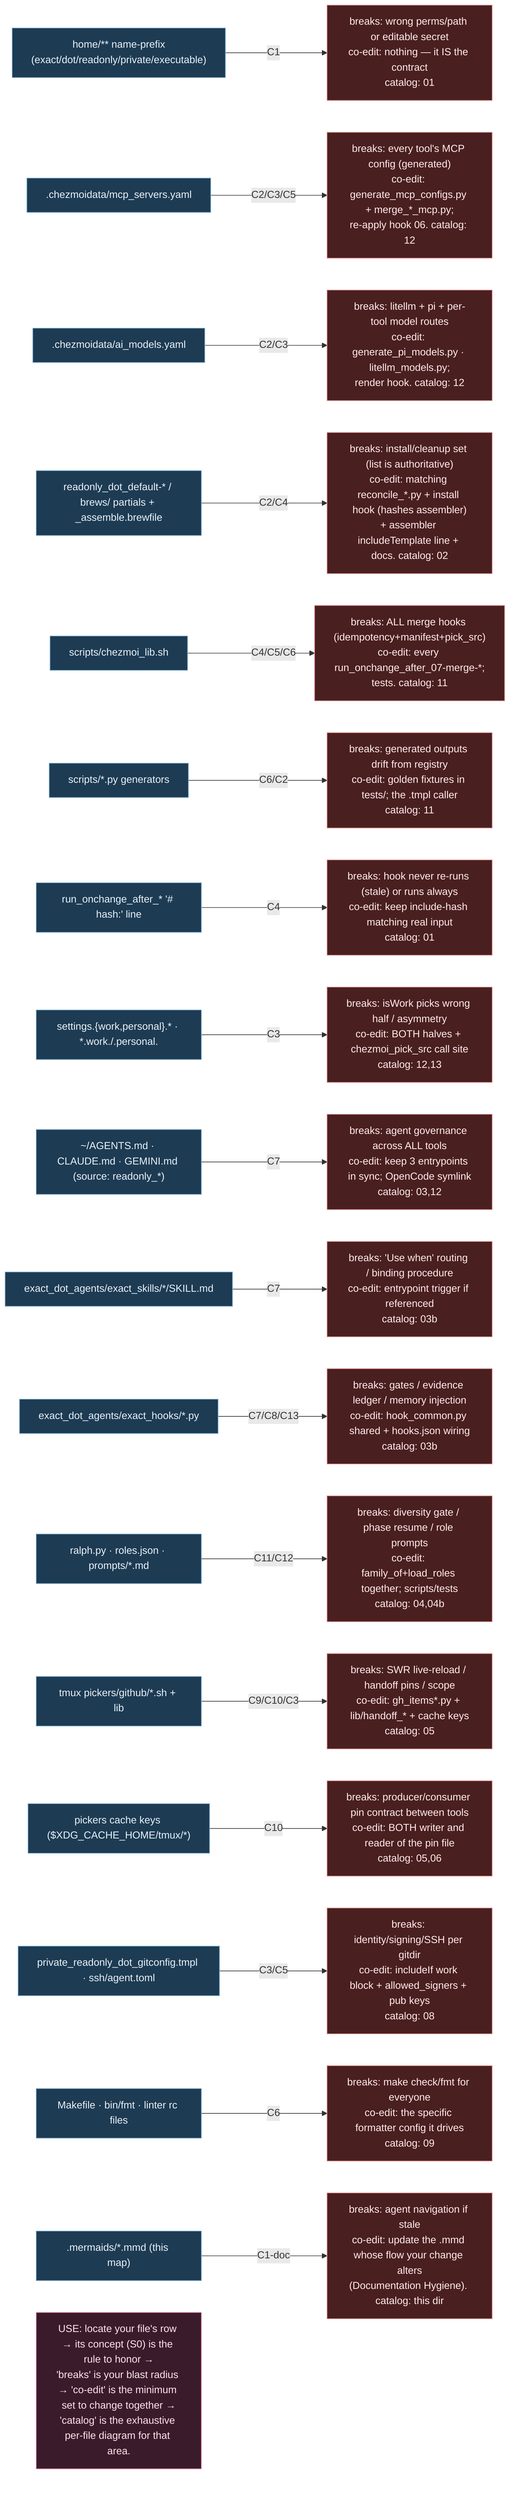
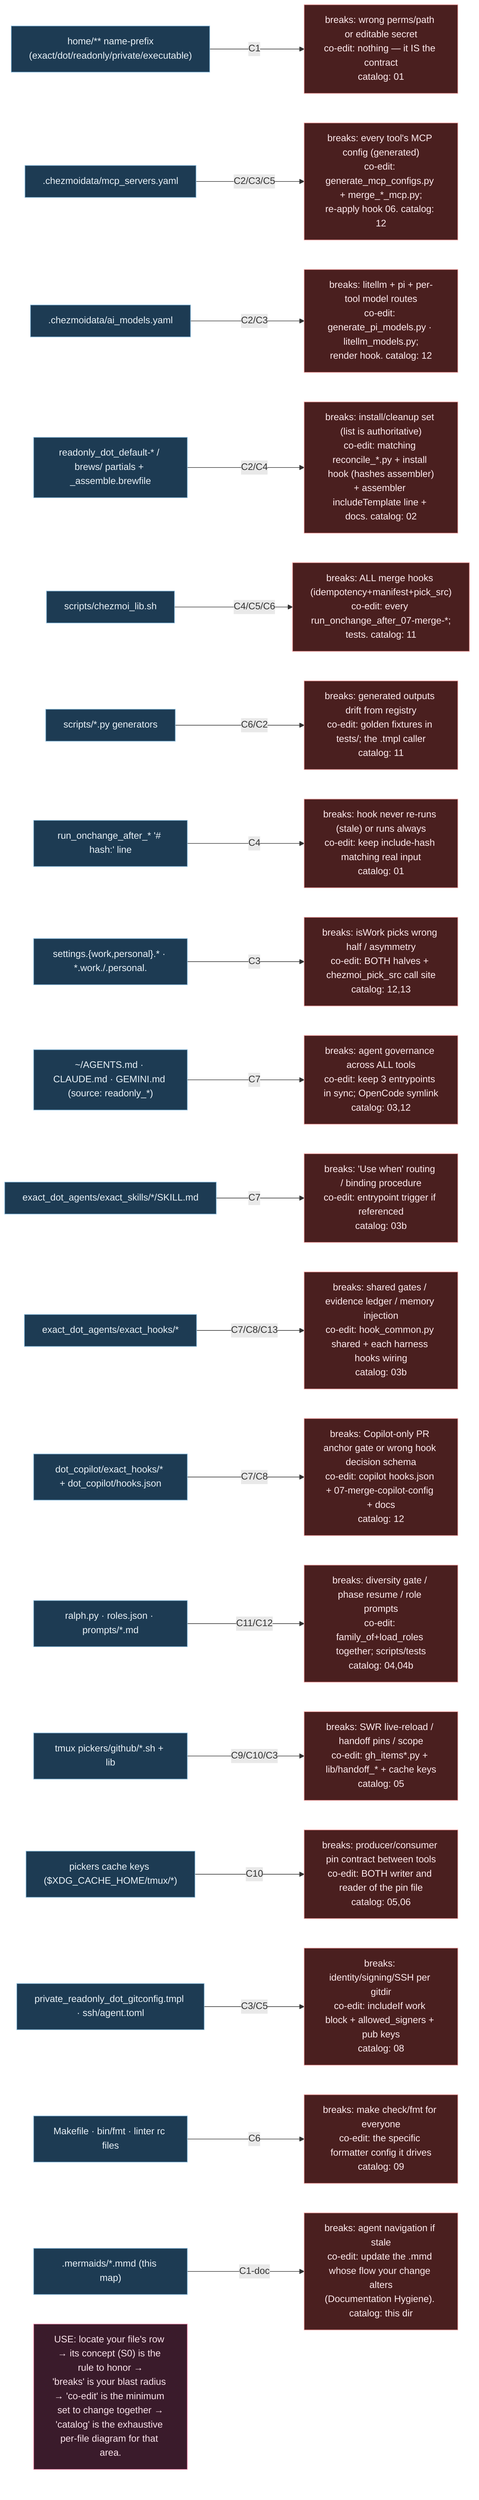
%% ============================================================================
%% SR-index.mmd — REVERSE INDEX ("maps into each particle").
%% Given a file/area you're about to touch, find: which CONCEPT it serves,
%% what BREAKS if you change it wrong, and the CO-EDIT SET (what must move with
%% it). This is the bridge from the semantic cloud (S0) down to the exhaustive
%% catalog (00-13). Concept IDs (C1..C13) refer to S0-concepts.mmd.
%% Mermaid note: rendered as a left→right map; for the dense table read source.
%% ============================================================================
flowchart LR
    classDef area fill:#1d3b53,stroke:#7fb3d5,color:#eaf2f8;
    classDef c fill:#3a1b2b,stroke:#f48fb1,color:#fce4ec;
    classDef brk fill:#4a1f1f,stroke:#ef9a9a,color:#ffebee;

    A1["home/** name-prefix<br/>(exact/dot/readonly/private/executable)"]:::area -->|C1| B1["breaks: wrong perms/path or editable secret<br/>co-edit: nothing — it IS the contract<br/>catalog: 01"]:::brk
    A2[".chezmoidata/mcp_servers.yaml"]:::area -->|C2/C3/C5| B2["breaks: every tool's MCP config (generated)<br/>co-edit: generate_mcp_configs.py + merge_*_mcp.py;<br/>re-apply hook 06. catalog: 12"]:::brk
    A3[".chezmoidata/ai_models.yaml"]:::area -->|C2/C3| B3["breaks: litellm + pi + per-tool model routes<br/>co-edit: generate_pi_models.py · litellm_models.py;<br/>render hook. catalog: 12"]:::brk
    A4["readonly_dot_default-* / brews/ partials + _assemble.brewfile"]:::area -->|C2/C4| B4["breaks: install/cleanup set (list is authoritative)<br/>co-edit: matching reconcile_*.py + install hook (hashes assembler)<br/>+ assembler includeTemplate line + docs. catalog: 02"]:::brk
    A5["scripts/chezmoi_lib.sh"]:::area -->|C4/C5/C6| B5["breaks: ALL merge hooks (idempotency+manifest+pick_src)<br/>co-edit: every run_onchange_after_07-merge-*;<br/>tests. catalog: 11"]:::brk
    A6["scripts/*.py generators"]:::area -->|C6/C2| B6["breaks: generated outputs drift from registry<br/>co-edit: golden fixtures in tests/; the .tmpl caller<br/>catalog: 11"]:::brk
    A7["run_onchange_after_* '# hash:' line"]:::area -->|C4| B7["breaks: hook never re-runs (stale) or runs always<br/>co-edit: keep include-hash matching real input<br/>catalog: 01"]:::brk
    A8["settings.{work,personal}.* · *.work./.personal."]:::area -->|C3| B8["breaks: isWork picks wrong half / asymmetry<br/>co-edit: BOTH halves + chezmoi_pick_src call site<br/>catalog: 12,13"]:::brk
    A9["~/AGENTS.md · CLAUDE.md · GEMINI.md (source: readonly_*)"]:::area -->|C7| B9["breaks: agent governance across ALL tools<br/>co-edit: keep 3 entrypoints in sync; OpenCode symlink<br/>catalog: 03,12"]:::brk
    A10["exact_dot_agents/exact_skills/*/SKILL.md"]:::area -->|C7| B10["breaks: 'Use when' routing / binding procedure<br/>co-edit: entrypoint trigger if referenced<br/>catalog: 03b"]:::brk
-     A11["exact_dot_agents/exact_hooks/*.py"]:::area -->|C7/C8/C13| B11["breaks: gates / evidence ledger / memory injection<br/>co-edit: hook_common.py shared + hooks.json wiring<br/>catalog: 03b"]:::brk
+     A11["exact_dot_agents/exact_hooks/*"]:::area -->|C7/C8/C13| B11["breaks: shared gates / evidence ledger / memory injection<br/>co-edit: hook_common.py shared + each harness hooks wiring<br/>catalog: 03b"]:::brk
+     A11b["dot_copilot/exact_hooks/* + dot_copilot/hooks.json"]:::area -->|C7/C8| B11b["breaks: Copilot-only PR anchor gate or wrong hook decision schema<br/>co-edit: copilot hooks.json + 07-merge-copilot-config + docs<br/>catalog: 12"]:::brk
    A12["ralph.py · roles.json · prompts/*.md"]:::area -->|C11/C12| B12["breaks: diversity gate / phase resume / role prompts<br/>co-edit: family_of+load_roles together; scripts/tests<br/>catalog: 04,04b"]:::brk
    A13["tmux pickers/github/*.sh + lib"]:::area -->|C9/C10/C3| B13["breaks: SWR live-reload / handoff pins / scope<br/>co-edit: gh_items*.py + lib/handoff_* + cache keys<br/>catalog: 05"]:::brk
    A14["pickers cache keys ($XDG_CACHE_HOME/tmux/*)"]:::area -->|C10| B14["breaks: producer/consumer pin contract between tools<br/>co-edit: BOTH writer and reader of the pin file<br/>catalog: 05,06"]:::brk
    A15["private_readonly_dot_gitconfig.tmpl · ssh/agent.toml"]:::area -->|C3/C5| B15["breaks: identity/signing/SSH per gitdir<br/>co-edit: includeIf work block + allowed_signers + pub keys<br/>catalog: 08"]:::brk
    A16["Makefile · bin/fmt · linter rc files"]:::area -->|C6| B16["breaks: make check/fmt for everyone<br/>co-edit: the specific formatter config it drives<br/>catalog: 09"]:::brk
    A17[".mermaids/*.mmd (this map)"]:::area -->|C1-doc| B17["breaks: agent navigation if stale<br/>co-edit: update the .mmd whose flow your change alters<br/>(Documentation Hygiene). catalog: this dir"]:::brk

    GUIDE["USE: locate your file's row → its concept (S0) is the rule to honor →<br/>'breaks' is your blast radius → 'co-edit' is the minimum set to change together →<br/>'catalog' is the exhaustive per-file diagram for that area."]:::c
